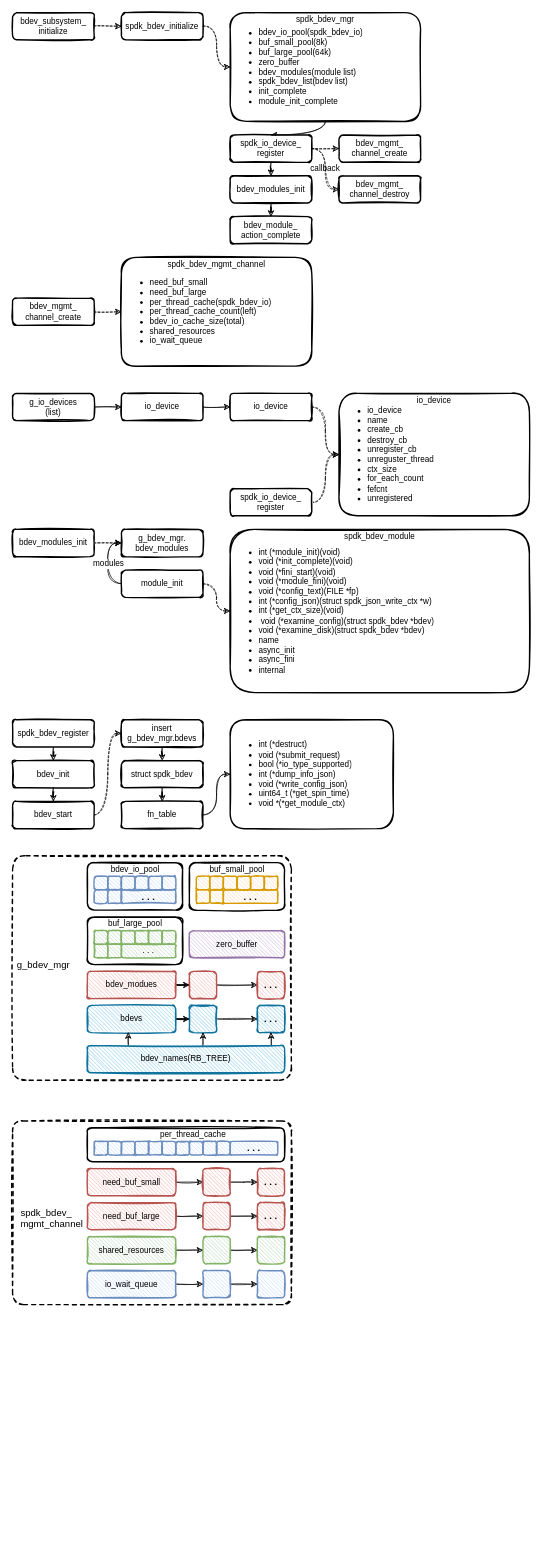
EarthWind/deeparch keeps this draw.io diagram as page "spdk_bdev" (1 of 5) of spdk/spdk_bdev.drawio. Above is the earlier version. Source tidied: cells renumbered, new cells numbered last; positions are measured from the earlier drawing's top-left corner, leaving out a move shared by most shapes. Both pictures are drawn from the tidied source at 68%, with x=0, y=0 at pixel (12, 12). Pictures stored in the file or linked from it are replaced by grey dashed boxes.
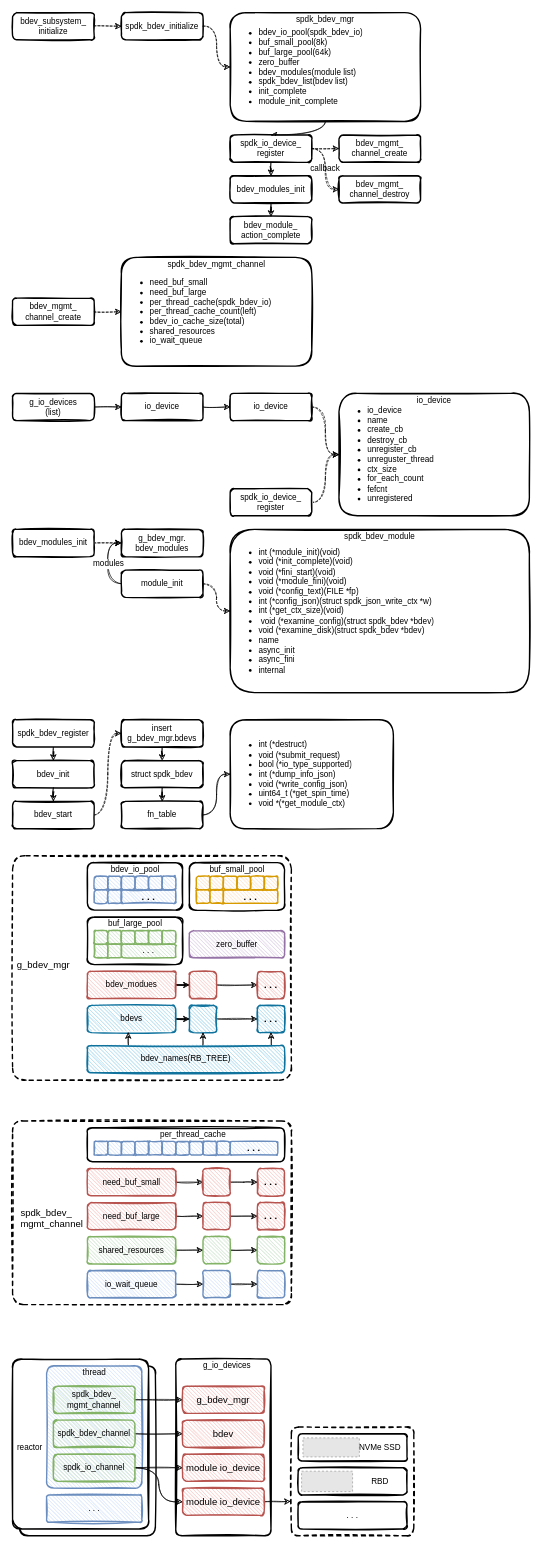
After the change.

Change to the diagram source:
```diff
@@
+    <mxCell id="145" style="rounded=1;whiteSpace=wrap;html=1;strokeWidth=2;fillWeight=1;hachureGap=4;hachureAngle=45;sketch=1;shadow=0;fontSize=12;dashed=1;arcSize=7;" parent="1" vertex="1">
+      <mxGeometry x="410" y="2080" width="180" height="160" as="geometry" />
+    </mxCell>
+    <mxCell id="146" style="rounded=1;whiteSpace=wrap;html=1;strokeWidth=2;fillWeight=1;hachureGap=4;hachureAngle=45;sketch=1;shadow=0;fontSize=12;arcSize=7;" parent="1" vertex="1">
+      <mxGeometry x="10" y="1990" width="200" height="250" as="geometry" />
+    </mxCell>
+    <mxCell id="147" style="rounded=1;whiteSpace=wrap;html=1;strokeWidth=2;fillWeight=1;hachureGap=4;hachureAngle=45;sketch=1;shadow=0;fontSize=12;arcSize=7;" parent="1" vertex="1">
+      <mxGeometry x="240" y="1980" width="140" height="260" as="geometry" />
+    </mxCell>
+    <mxCell id="148" style="rounded=1;whiteSpace=wrap;html=1;strokeWidth=2;fillWeight=1;hachureGap=4;hachureAngle=45;sketch=1;shadow=0;fontSize=12;arcSize=7;" parent="1" vertex="1">
+      <mxGeometry y="1980" width="200" height="250" as="geometry" />
+    </mxCell>
@@
+    <mxCell id="149" style="rounded=1;whiteSpace=wrap;html=1;strokeWidth=2;fillWeight=1;hachureGap=4;hachureAngle=45;sketch=1;shadow=0;fontSize=12;fillColor=#dae8fc;strokeColor=#6c8ebf;arcSize=8;" parent="1" vertex="1">
+      <mxGeometry x="50" y="1990" width="140" height="180" as="geometry" />
+    </mxCell>
+    <mxCell id="150" value="reactor" style="text;html=1;align=center;verticalAlign=middle;strokeColor=none;fillColor=none;fontSize=12;" parent="1" vertex="1">
+      <mxGeometry y="2100" width="50" height="20" as="geometry" />
+    </mxCell>
+    <mxCell id="151" value="thread" style="text;html=1;align=center;verticalAlign=middle;strokeColor=none;fillColor=none;fontSize=12;" parent="1" vertex="1">
+      <mxGeometry x="95" y="1990" width="50" height="20" as="geometry" />
+    </mxCell>
+    <mxCell id="152" style="edgeStyle=orthogonalEdgeStyle;rounded=0;jettySize=auto;html=1;entryX=0;entryY=0.5;entryDx=0;entryDy=0;fontSize=12;sketch=1;" parent="1" edge="1" source="153" target="161">
+      <mxGeometry relative="1" as="geometry" />
+    </mxCell>
+    <mxCell id="153" value="spdk_bdev_&lt;br&gt;mgmt_channel" style="rounded=1;whiteSpace=wrap;html=1;strokeWidth=2;fillWeight=1;hachureGap=4;hachureAngle=45;sketch=1;shadow=0;fontSize=12;fillColor=#d5e8d4;strokeColor=#82b366;" parent="1" vertex="1">
+      <mxGeometry x="60" y="2020" width="120" height="40" as="geometry" />
+    </mxCell>
+    <mxCell id="154" style="edgeStyle=orthogonalEdgeStyle;rounded=0;sketch=1;jettySize=auto;html=1;entryX=0;entryY=0.5;entryDx=0;entryDy=0;fontSize=12;" parent="1" edge="1" source="155" target="162">
+      <mxGeometry relative="1" as="geometry" />
+    </mxCell>
+    <mxCell id="155" value="spdk_bdev_channel" style="rounded=1;whiteSpace=wrap;html=1;strokeWidth=2;fillWeight=1;hachureGap=4;hachureAngle=45;sketch=1;shadow=0;fontSize=12;fillColor=#d5e8d4;strokeColor=#82b366;" parent="1" vertex="1">
+      <mxGeometry x="60" y="2070" width="120" height="40" as="geometry" />
+    </mxCell>
+    <mxCell id="156" style="edgeStyle=orthogonalEdgeStyle;rounded=0;sketch=1;jettySize=auto;html=1;fontSize=12;" parent="1" edge="1" source="158" target="163">
+      <mxGeometry relative="1" as="geometry" />
+    </mxCell>
+    <mxCell id="157" style="edgeStyle=orthogonalEdgeStyle;rounded=0;sketch=1;jettySize=auto;html=1;entryX=0;entryY=0.5;entryDx=0;entryDy=0;fontSize=12;curved=1;" parent="1" edge="1" source="158" target="165">
+      <mxGeometry relative="1" as="geometry" />
+    </mxCell>
+    <mxCell id="158" value="spdk_io_channel" style="rounded=1;whiteSpace=wrap;html=1;strokeWidth=2;fillWeight=1;hachureGap=4;hachureAngle=45;sketch=1;shadow=0;fontSize=12;fillColor=#d5e8d4;strokeColor=#82b366;" parent="1" vertex="1">
+      <mxGeometry x="60" y="2120" width="120" height="40" as="geometry" />
+    </mxCell>
+    <mxCell id="159" value=". . ." style="rounded=1;whiteSpace=wrap;html=1;strokeWidth=2;fillWeight=1;hachureGap=4;hachureAngle=45;sketch=1;shadow=0;fontSize=12;fillColor=#dae8fc;strokeColor=#6c8ebf;arcSize=8;" parent="1" vertex="1">
+      <mxGeometry x="50" y="2180" width="140" height="40" as="geometry" />
+    </mxCell>
+    <mxCell id="160" value="g_io_devices" style="text;html=1;align=center;verticalAlign=middle;strokeColor=none;fillColor=none;fontSize=12;" parent="1" vertex="1">
+      <mxGeometry x="270" y="1980" width="90" height="20" as="geometry" />
+    </mxCell>
+    <mxCell id="161" value="&lt;span style=&quot;font-size: 14px&quot;&gt;g_bdev_mgr&lt;/span&gt;" style="rounded=1;whiteSpace=wrap;html=1;strokeWidth=2;fillWeight=1;hachureGap=4;hachureAngle=45;sketch=1;shadow=0;fontSize=12;fillColor=#f8cecc;strokeColor=#b85450;" parent="1" vertex="1">
+      <mxGeometry x="250" y="2020" width="120" height="40" as="geometry" />
+    </mxCell>
+    <mxCell id="162" value="&lt;span style=&quot;font-size: 14px&quot;&gt;bdev&lt;/span&gt;" style="rounded=1;whiteSpace=wrap;html=1;strokeWidth=2;fillWeight=1;hachureGap=4;hachureAngle=45;sketch=1;shadow=0;fontSize=12;fillColor=#f8cecc;strokeColor=#b85450;" parent="1" vertex="1">
+      <mxGeometry x="250" y="2070" width="120" height="40" as="geometry" />
+    </mxCell>
+    <mxCell id="163" value="&lt;span style=&quot;font-size: 14px&quot;&gt;module io_device&lt;/span&gt;" style="rounded=1;whiteSpace=wrap;html=1;strokeWidth=2;fillWeight=1;hachureGap=4;hachureAngle=45;sketch=1;shadow=0;fontSize=12;fillColor=#f8cecc;strokeColor=#b85450;" parent="1" vertex="1">
+      <mxGeometry x="250" y="2120" width="120" height="40" as="geometry" />
+    </mxCell>
+    <mxCell id="164" style="edgeStyle=orthogonalEdgeStyle;curved=1;rounded=0;sketch=1;jettySize=auto;html=1;entryX=-0.007;entryY=0.684;entryDx=0;entryDy=0;entryPerimeter=0;fontSize=12;" parent="1" edge="1" source="165" target="145">
+      <mxGeometry relative="1" as="geometry" />
+    </mxCell>
+    <mxCell id="165" value="&lt;span style=&quot;font-size: 14px&quot;&gt;module io_device&lt;/span&gt;" style="rounded=1;whiteSpace=wrap;html=1;strokeWidth=2;fillWeight=1;hachureGap=4;hachureAngle=45;sketch=1;shadow=0;fontSize=12;fillColor=#f8cecc;strokeColor=#b85450;" parent="1" vertex="1">
+      <mxGeometry x="250" y="2170" width="120" height="40" as="geometry" />
+    </mxCell>
+    <mxCell id="166" style="rounded=1;whiteSpace=wrap;html=1;strokeWidth=2;fillWeight=1;hachureGap=4;hachureAngle=45;sketch=1;shadow=0;fontSize=12;" parent="1" vertex="1">
+      <mxGeometry x="420" y="2090" width="160" height="40" as="geometry" />
+    </mxCell>
+    <mxCell id="167" style="rounded=1;whiteSpace=wrap;html=1;strokeWidth=2;fillWeight=1;hachureGap=4;hachureAngle=45;sketch=1;shadow=0;fontSize=12;" parent="1" vertex="1">
+      <mxGeometry x="420" y="2140" width="160" height="40" as="geometry" />
+    </mxCell>
+    <mxCell id="168" value=". . ." style="rounded=1;whiteSpace=wrap;html=1;strokeWidth=2;fillWeight=1;hachureGap=4;hachureAngle=45;sketch=1;shadow=0;fontSize=12;" parent="1" vertex="1">
+      <mxGeometry x="420" y="2190" width="160" height="40" as="geometry" />
+    </mxCell>
+    <mxCell id="169" style="fillColor=#E6E6E6;strokeColor=#999999;dashed=1;verticalLabelPosition=bottom;labelBackgroundColor=#ffffff;verticalAlign=top;" parent="1" vertex="1">
+      <mxGeometry x="427" y="2096" width="83" height="28" as="geometry" />
+    </mxCell>
+    <mxCell id="170" value="NVMe SSD" style="text;html=1;align=center;verticalAlign=middle;strokeColor=none;fillColor=none;fontSize=12;" parent="1" vertex="1">
+      <mxGeometry x="500" y="2100" width="80" height="20" as="geometry" />
+    </mxCell>
+    <mxCell id="171" style="fillColor=#E6E6E6;strokeColor=#999999;dashed=1;verticalLabelPosition=bottom;labelBackgroundColor=#ffffff;verticalAlign=top;" parent="1" vertex="1">
+      <mxGeometry x="425" y="2145" width="75" height="30" as="geometry" />
+    </mxCell>
+    <mxCell id="172" value="RBD" style="text;html=1;align=center;verticalAlign=middle;strokeColor=none;fillColor=none;fontSize=12;" parent="1" vertex="1">
+      <mxGeometry x="520" y="2150" width="40" height="20" as="geometry" />
+    </mxCell>
```
